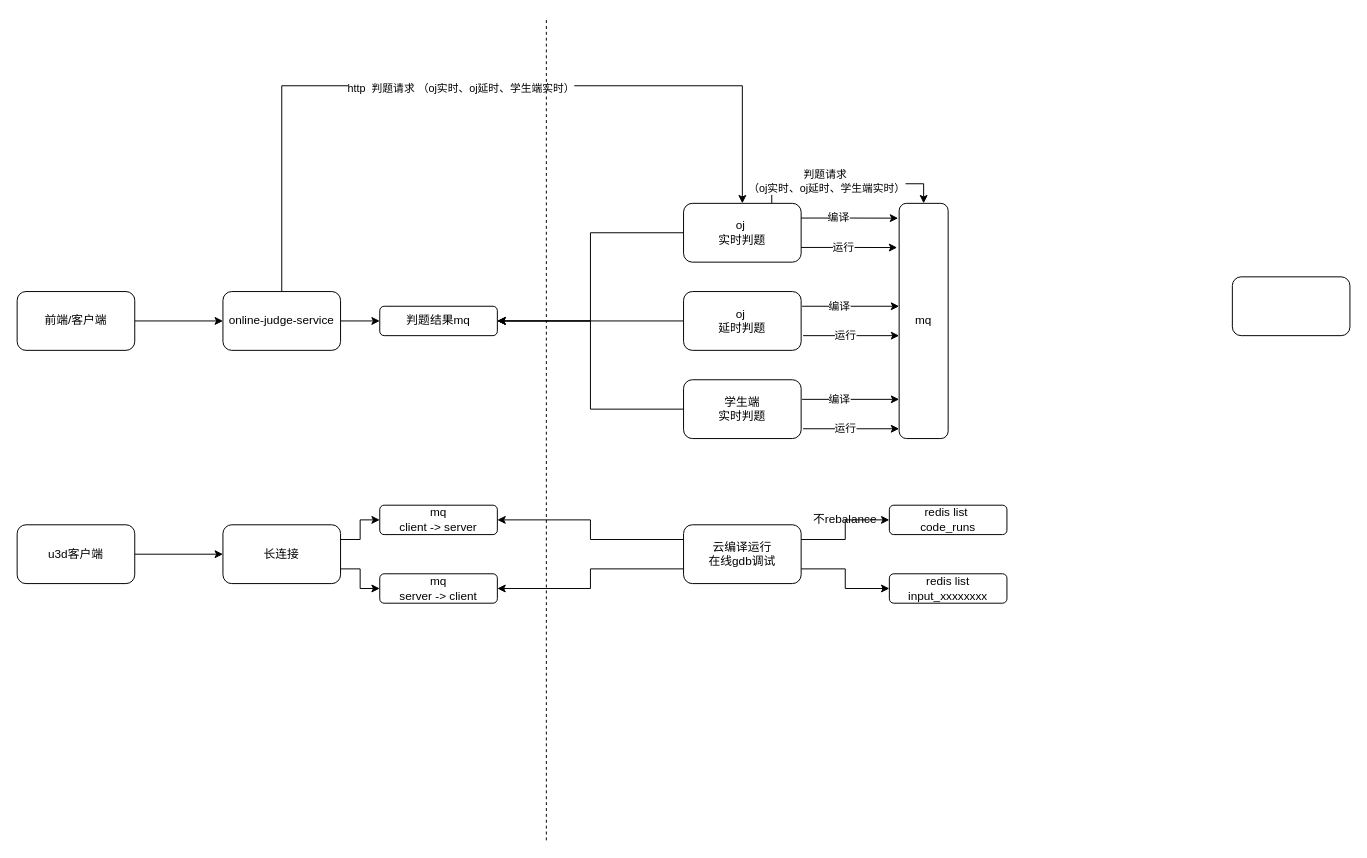
Above: judge-center独立集群.drawio in xiell2016/hetaoDesign (draw.io), before the change. Source tidied: cells renumbered, new cells numbered last; positions are measured from the earlier drawing's top-left corner, leaving out a move shared by most shapes. Both pictures are drawn from the tidied source at 98%, with x=0, y=0 at pixel (17, 17).
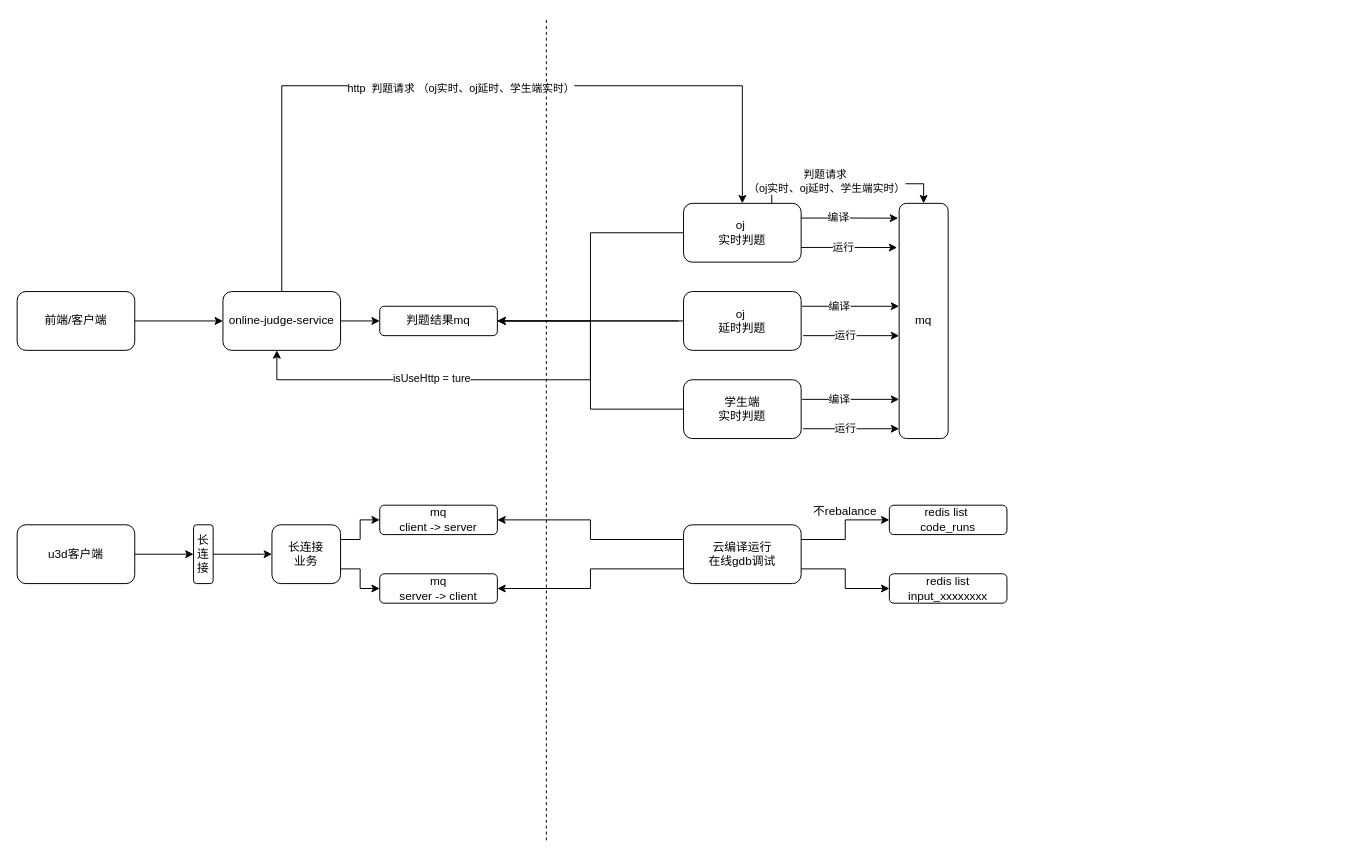
The same page after the edit.

Commit message (it also covers changes not shown here):
更新judge-center独立集群.drawio

Unchanged cells that the change refers to:
```xml
<mxCell id="46" value="u3d客户端" style="rounded=1;whiteSpace=wrap;html=1;" parent="1" vertex="1">
  <mxGeometry y="518" width="120" height="60" as="geometry" />
</mxCell>
```

What changed in the source:
```diff
@@
-    <mxCell id="8" value="长连接" style="rounded=1;whiteSpace=wrap;html=1;" parent="1" vertex="1">
-      <mxGeometry x="210" y="518" width="120" height="60" as="geometry" />
+    <mxCell id="8" value="长连接&lt;div&gt;业务&lt;/div&gt;" style="rounded=1;whiteSpace=wrap;html=1;" parent="1" vertex="1">
+      <mxGeometry x="260" y="518" width="70" height="60" as="geometry" />
     </mxCell>
@@
+    <mxCell id="47" style="edgeStyle=orthogonalEdgeStyle;rounded=0;orthogonalLoop=1;jettySize=auto;html=1;exitX=0;exitY=0.5;exitDx=0;exitDy=0;entryX=0.5;entryY=1;entryDx=0;entryDy=0;" parent="1" edge="1">
+      <mxGeometry relative="1" as="geometry">
+        <mxPoint x="675" y="310" as="sourcePoint" />
+        <mxPoint x="265" y="340" as="targetPoint" />
+        <Array as="points">
+          <mxPoint x="585" y="310" />
+          <mxPoint x="585" y="370" />
+          <mxPoint x="265" y="370" />
+        </Array>
+      </mxGeometry>
+    </mxCell>
+    <mxCell id="48" value="isUseHttp = ture" style="edgeLabel;html=1;align=center;verticalAlign=middle;" parent="47" vertex="1">
+      <mxGeometry x="0.25" y="-2" relative="1" as="geometry" />
+    </mxCell>
@@
-    <mxCell id="36" style="rounded=1;whiteSpace=wrap;html=1;" parent="1" vertex="1">
-      <mxGeometry x="1240" y="265" width="120" height="60" as="geometry" />
-    </mxCell>
@@
     <mxCell id="44" value="不rebalance" style="text;html=1;align=center;verticalAlign=middle;whiteSpace=wrap;rounded=0;" parent="1" vertex="1">
-      <mxGeometry x="810" y="498" width="70" height="30" as="geometry" />
+      <mxGeometry x="810" y="490" width="70" height="30" as="geometry" />
     </mxCell>
-    <mxCell id="45" style="edgeStyle=orthogonalEdgeStyle;rounded=0;jettySize=auto;html=1;exitX=1;exitY=0.5;exitDx=0;exitDy=0;entryX=0;entryY=0.5;entryDx=0;entryDy=0;" parent="1" edge="1" source="46" target="8">
-      <mxGeometry relative="1" as="geometry" />
-    </mxCell>
+    <mxCell id="49" style="edgeStyle=orthogonalEdgeStyle;rounded=0;jettySize=auto;html=1;exitX=1;exitY=0.5;exitDx=0;exitDy=0;entryX=0;entryY=0.5;entryDx=0;entryDy=0;" parent="1" edge="1" source="46" target="51">
+      <mxGeometry relative="1" as="geometry" />
+    </mxCell>
@@
+    <mxCell id="50" style="edgeStyle=orthogonalEdgeStyle;rounded=0;jettySize=auto;html=1;exitX=1;exitY=0.5;exitDx=0;exitDy=0;entryX=0;entryY=0.5;entryDx=0;entryDy=0;" parent="1" edge="1" source="51" target="8">
+      <mxGeometry relative="1" as="geometry" />
+    </mxCell>
+    <mxCell id="51" value="长连接" style="rounded=1;whiteSpace=wrap;html=1;" parent="1" vertex="1">
+      <mxGeometry x="180" y="518" width="20" height="60" as="geometry" />
+    </mxCell>
```
